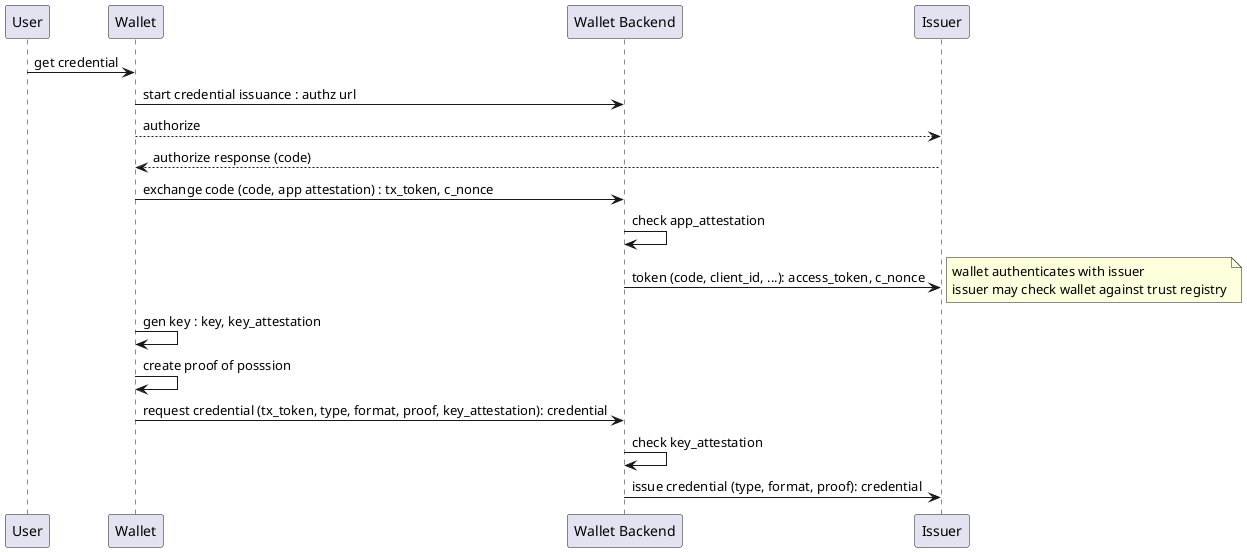
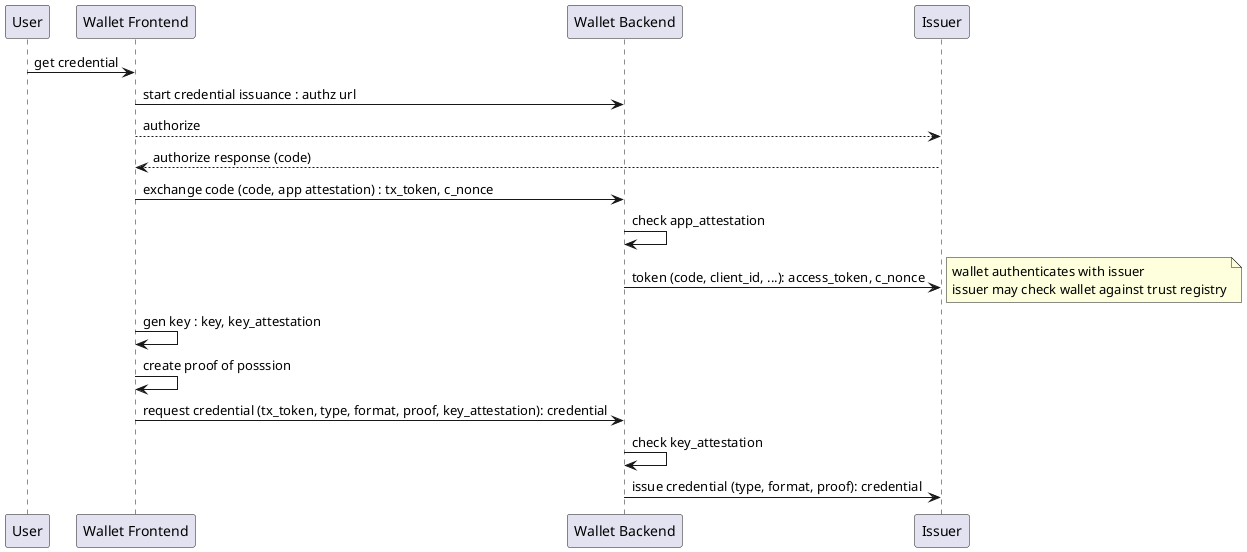
@startuml
participant User as u
- participant Wallet as w
+ participant "Wallet Frontend" as w
participant "Wallet Backend" as b
participant Issuer as i

u -> w : get credential
w -> b : start credential issuance : authz url
w --> i : authorize
i --> w : authorize response (code)
w -> b : exchange code (code, app attestation) : tx_token, c_nonce
b -> b : check app_attestation
b -> i : token (code, client_id, ...): access_token, c_nonce
note right: wallet authenticates with issuer\nissuer may check wallet against trust registry
w -> w : gen key : key, key_attestation
w -> w : create proof of posssion
w -> b : request credential (tx_token, type, format, proof, key_attestation): credential
b -> b : check key_attestation
b -> i : issue credential (type, format, proof): credential
@enduml